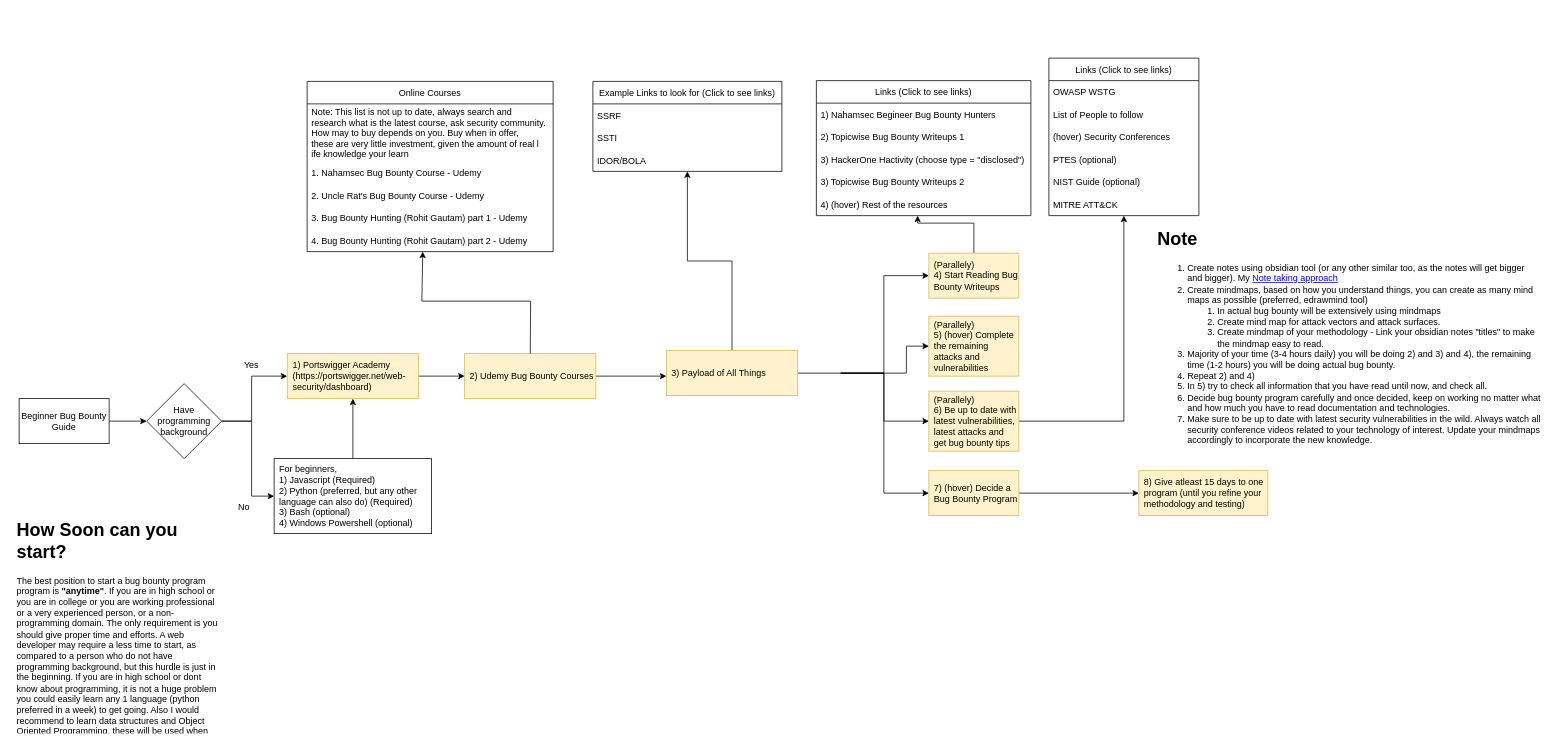
Le4kno3/Beginner-Bug-Bounty-Guide keeps this draw.io diagram as page "Beginner Bug Bounty Guide" (1 of 2) of how-to-start-bug-bounty.drawio. Above is the earlier version. Source tidied: cells renumbered, new cells numbered last; positions are measured from the earlier drawing's top-left corner, leaving out a move shared by most shapes. Both pictures are drawn from the tidied source at 75%, with x=0, y=0 at pixel (13, 58).
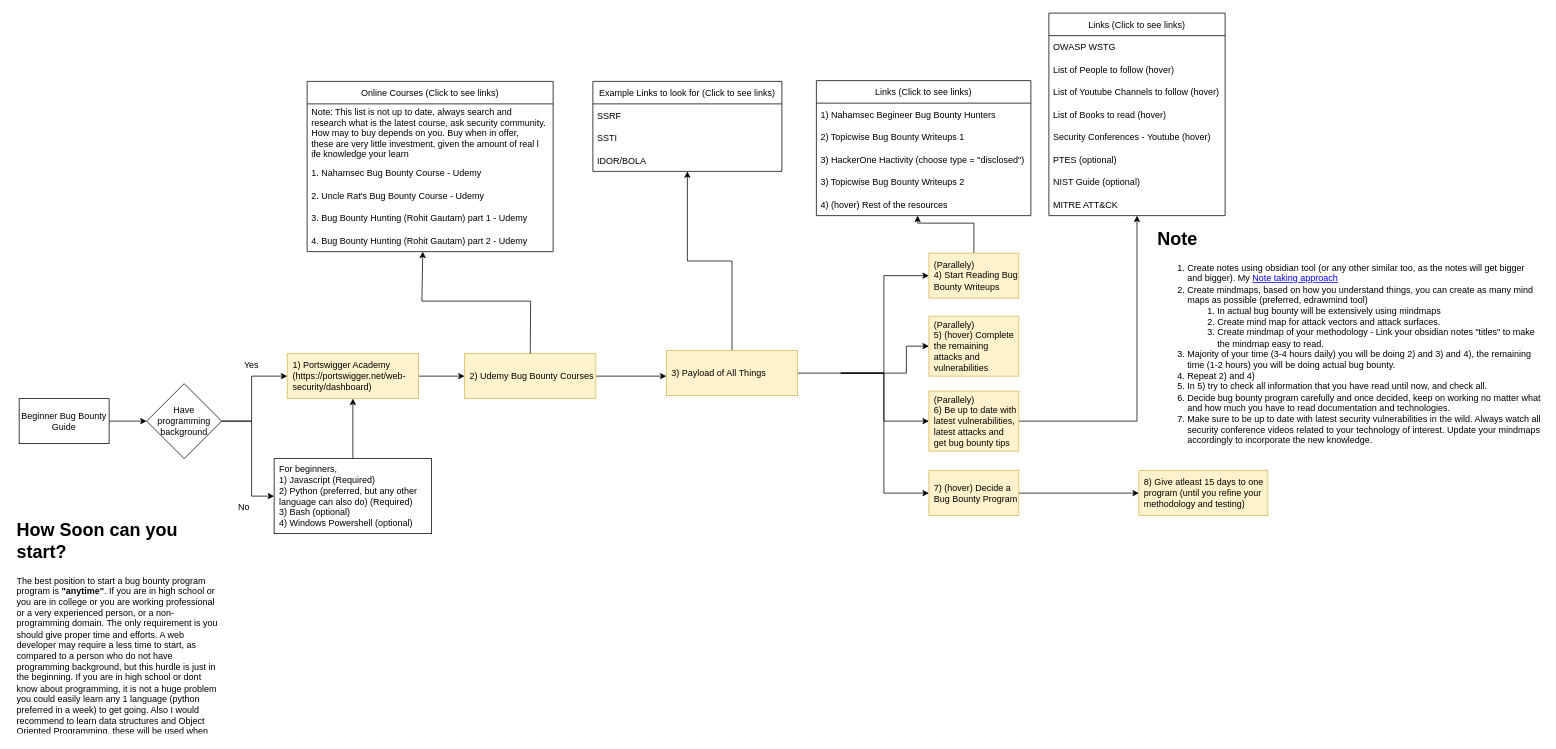
After the change.

Change to the diagram source:
```diff
@@
     <mxCell id="25" value="Links (Click to see links)" style="swimlane;fontStyle=0;horizontal=1;startSize=30;" parent="1" vertex="1">
-      <mxGeometry x="1381" width="200" height="210" as="geometry" />
+      <mxGeometry x="1381" y="-60" width="235" height="270" as="geometry" />
     </mxCell>
     <mxCell id="26" value="OWASP WSTG" style="text;strokeColor=none;fillColor=none;align=left;verticalAlign=middle;spacingLeft=4;spacingRight=4;overflow=hidden;" parent="25" vertex="1">
-      <mxGeometry y="30" width="200" height="30" as="geometry" />
+      <mxGeometry y="30" width="235" height="30" as="geometry" />
     </mxCell>
-    <mxCell id="27" value="List of People to follow" style="text;strokeColor=none;fillColor=none;align=left;verticalAlign=middle;spacingLeft=4;spacingRight=4;overflow=hidden;" parent="25" vertex="1">
-      <mxGeometry y="60" width="200" height="30" as="geometry" />
+    <mxCell id="27" value="List of People to follow (hover)" style="text;strokeColor=none;fillColor=none;align=left;verticalAlign=middle;spacingLeft=4;spacingRight=4;overflow=hidden;" parent="25" vertex="1">
+      <mxGeometry y="60" width="235" height="30" as="geometry" />
     </mxCell>
+    <mxCell id="55" value="List of Youtube Channels to follow (hover)" style="text;strokeColor=none;fillColor=none;align=left;verticalAlign=middle;spacingLeft=4;spacingRight=4;overflow=hidden;" parent="25" vertex="1">
+      <mxGeometry y="90" width="235" height="30" as="geometry" />
+    </mxCell>
+    <mxCell id="56" value="List of Books to read (hover)" style="text;strokeColor=none;fillColor=none;align=left;verticalAlign=middle;spacingLeft=4;spacingRight=4;overflow=hidden;" parent="25" vertex="1">
+      <mxGeometry y="120" width="235" height="30" as="geometry" />
+    </mxCell>
-    <mxCell id="28" value="(hover) Security Conferences " style="text;strokeColor=none;fillColor=none;align=left;verticalAlign=middle;spacingLeft=4;spacingRight=4;overflow=hidden;" parent="25" vertex="1">
-      <mxGeometry y="90" width="200" height="30" as="geometry" />
+    <mxCell id="28" value="Security Conferences - Youtube (hover)" style="text;strokeColor=none;fillColor=none;align=left;verticalAlign=middle;spacingLeft=4;spacingRight=4;overflow=hidden;" parent="25" vertex="1">
+      <mxGeometry y="150" width="235" height="30" as="geometry" />
     </mxCell>
     <mxCell id="29" value="PTES (optional)" style="text;strokeColor=none;fillColor=none;align=left;verticalAlign=middle;spacingLeft=4;spacingRight=4;overflow=hidden;" parent="25" vertex="1">
-      <mxGeometry y="120" width="200" height="30" as="geometry" />
+      <mxGeometry y="180" width="235" height="30" as="geometry" />
     </mxCell>
     <mxCell id="30" value="NIST Guide (optional)" style="text;strokeColor=none;fillColor=none;align=left;verticalAlign=middle;spacingLeft=4;spacingRight=4;overflow=hidden;" parent="25" vertex="1">
-      <mxGeometry y="150" width="200" height="30" as="geometry" />
+      <mxGeometry y="210" width="235" height="30" as="geometry" />
     </mxCell>
     <mxCell id="31" value="MITRE ATT&amp;CK" style="text;strokeColor=none;fillColor=none;align=left;verticalAlign=middle;spacingLeft=4;spacingRight=4;overflow=hidden;" parent="25" vertex="1">
-      <mxGeometry y="180" width="200" height="30" as="geometry" />
+      <mxGeometry y="240" width="235" height="30" as="geometry" />
     </mxCell>
@@
-    <mxCell id="42" value="Online Courses" style="swimlane;fontStyle=0;horizontal=1;startSize=30;" parent="1" vertex="1">
+    <mxCell id="42" value="Online Courses (Click to see links)" style="swimlane;fontStyle=0;horizontal=1;startSize=30;" parent="1" vertex="1">
       <mxGeometry x="392" y="31" width="328" height="227" as="geometry" />
     </mxCell>
```
